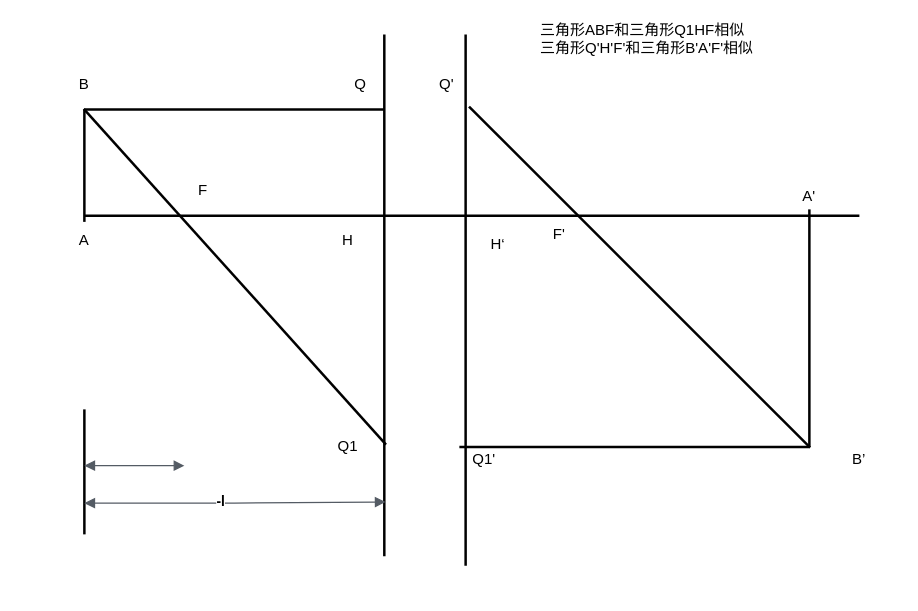
Above: 高斯牛顿公式.drawio in 1024Person/Draw (draw.io), before the change. Source tidied: cells renumbered, new cells numbered last; positions are measured from the earlier drawing's top-left corner, leaving out a move shared by most shapes. Both pictures are drawn from the tidied source at 125%, with x=0, y=0 at pixel (9, 34).
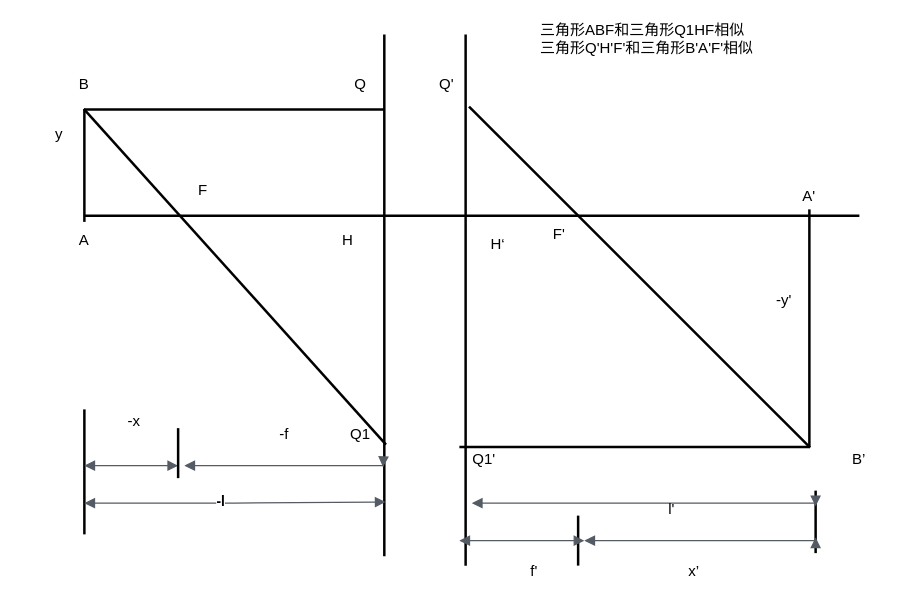
The same page after the edit.

Commit message (it also covers changes not shown here):
Update 高斯牛顿公式.drawio

Unchanged cells that the change refers to:
```xml
<mxCell id="2" style="line;strokeWidth=2;html=1;rotation=90;" parent="1" vertex="1">
  <mxGeometry x="91.2" y="203.8" width="417.5" height="10" as="geometry" />
</mxCell>
```

What changed in the source:
```diff
@@
     <mxCell id="10" value="Q1" style="text;html=1;strokeColor=none;fillColor=none;align=center;verticalAlign=middle;whiteSpace=wrap;rounded=0;" parent="1" vertex="1">
-      <mxGeometry x="241" y="315" width="60" height="30" as="geometry" />
+      <mxGeometry x="251" y="305" width="60" height="30" as="geometry" />
     </mxCell>
@@
-    <mxCell id="27" style="edgeStyle=orthogonalEdgeStyle;html=1;endArrow=block;elbow=vertical;startArrow=block;startFill=1;endFill=1;strokeColor=#545B64;rounded=0;" parent="1" edge="1">
+    <mxCell id="27" style="edgeStyle=orthogonalEdgeStyle;html=1;endArrow=block;elbow=vertical;startArrow=block;startFill=1;endFill=1;strokeColor=#545B64;rounded=0;entryX=0.75;entryY=0.5;entryDx=0;entryDy=0;entryPerimeter=0;shadow=0;jumpStyle=arc;" parent="1" edge="1" target="28">
       <mxGeometry relative="1" as="geometry">
         <mxPoint x="60" y="345" as="sourcePoint" />
-        <mxPoint x="140" y="345" as="targetPoint" />
+        <Array as="points">
+          <mxPoint x="100" y="345" />
+          <mxPoint x="100" y="345" />
+        </Array>
       </mxGeometry>
     </mxCell>
+    <mxCell id="28" style="line;strokeWidth=2;direction=south;html=1;" parent="1" vertex="1">
+      <mxGeometry x="130" y="315" width="10" height="40" as="geometry" />
+    </mxCell>
+    <mxCell id="29" value="-x" style="text;html=1;strokeColor=none;fillColor=none;align=center;verticalAlign=middle;whiteSpace=wrap;rounded=0;" parent="1" vertex="1">
+      <mxGeometry x="70" y="295" width="60" height="30" as="geometry" />
+    </mxCell>
+    <mxCell id="30" style="edgeStyle=orthogonalEdgeStyle;html=1;endArrow=block;elbow=vertical;startArrow=block;startFill=1;endFill=1;strokeColor=#545B64;rounded=0;entryX=0.829;entryY=0.6;entryDx=0;entryDy=0;entryPerimeter=0;" parent="1" edge="1" target="2">
+      <mxGeometry relative="1" as="geometry">
+        <mxPoint x="140" y="345" as="sourcePoint" />
+        <Array as="points">
+          <mxPoint x="299" y="345" />
+        </Array>
+      </mxGeometry>
+    </mxCell>
+    <mxCell id="31" value="-f" style="text;html=1;strokeColor=none;fillColor=none;align=center;verticalAlign=middle;whiteSpace=wrap;rounded=0;" parent="1" vertex="1">
+      <mxGeometry x="190" y="305" width="60" height="30" as="geometry" />
+    </mxCell>
+    <mxCell id="32" style="line;strokeWidth=2;direction=south;html=1;" parent="1" vertex="1">
+      <mxGeometry x="640" y="365" width="10" height="50" as="geometry" />
+    </mxCell>
+    <mxCell id="33" style="edgeStyle=orthogonalEdgeStyle;html=1;endArrow=block;elbow=vertical;startArrow=block;startFill=1;endFill=1;strokeColor=#545B64;rounded=0;entryX=0.25;entryY=0.5;entryDx=0;entryDy=0;entryPerimeter=0;" parent="1" edge="1" target="32">
+      <mxGeometry relative="1" as="geometry">
+        <mxPoint x="370" y="375" as="sourcePoint" />
+        <Array as="points">
+          <mxPoint x="645" y="375" />
+        </Array>
+      </mxGeometry>
+    </mxCell>
+    <mxCell id="34" value="l'" style="text;html=1;strokeColor=none;fillColor=none;align=center;verticalAlign=middle;whiteSpace=wrap;rounded=0;" parent="1" vertex="1">
+      <mxGeometry x="500" y="365" width="60" height="30" as="geometry" />
+    </mxCell>
+    <mxCell id="35" style="line;strokeWidth=2;direction=south;html=1;" parent="1" vertex="1">
+      <mxGeometry x="450" y="385" width="10" height="40" as="geometry" />
+    </mxCell>
+    <mxCell id="36" style="edgeStyle=orthogonalEdgeStyle;html=1;endArrow=block;elbow=vertical;startArrow=block;startFill=1;endFill=1;strokeColor=#545B64;rounded=0;" parent="1" edge="1">
+      <mxGeometry relative="1" as="geometry">
+        <mxPoint x="360" y="405" as="sourcePoint" />
+        <mxPoint x="460" y="405" as="targetPoint" />
+      </mxGeometry>
+    </mxCell>
+    <mxCell id="37" value="&lt;div&gt;f'&lt;/div&gt;" style="text;html=1;strokeColor=none;fillColor=none;align=center;verticalAlign=middle;whiteSpace=wrap;rounded=0;" parent="1" vertex="1">
+      <mxGeometry x="390" y="415" width="60" height="30" as="geometry" />
+    </mxCell>
+    <mxCell id="38" style="edgeStyle=orthogonalEdgeStyle;html=1;endArrow=block;elbow=vertical;startArrow=block;startFill=1;endFill=1;strokeColor=#545B64;rounded=0;entryX=0.75;entryY=0.5;entryDx=0;entryDy=0;entryPerimeter=0;" parent="1" edge="1" target="32">
+      <mxGeometry relative="1" as="geometry">
+        <mxPoint x="460" y="405" as="sourcePoint" />
+        <Array as="points">
+          <mxPoint x="645" y="405" />
+        </Array>
+      </mxGeometry>
+    </mxCell>
+    <mxCell id="39" value="&lt;div&gt;x’&lt;/div&gt;" style="text;html=1;strokeColor=none;fillColor=none;align=center;verticalAlign=middle;whiteSpace=wrap;rounded=0;" parent="1" vertex="1">
+      <mxGeometry x="518" y="415" width="60" height="30" as="geometry" />
+    </mxCell>
+    <mxCell id="40" value="y" style="text;html=1;strokeColor=none;fillColor=none;align=center;verticalAlign=middle;whiteSpace=wrap;rounded=0;" parent="1" vertex="1">
+      <mxGeometry x="10" y="65" width="60" height="30" as="geometry" />
+    </mxCell>
+    <mxCell id="41" value="-y'" style="text;html=1;strokeColor=none;fillColor=none;align=center;verticalAlign=middle;whiteSpace=wrap;rounded=0;" parent="1" vertex="1">
+      <mxGeometry x="590" y="198" width="60" height="30" as="geometry" />
+    </mxCell>
```
